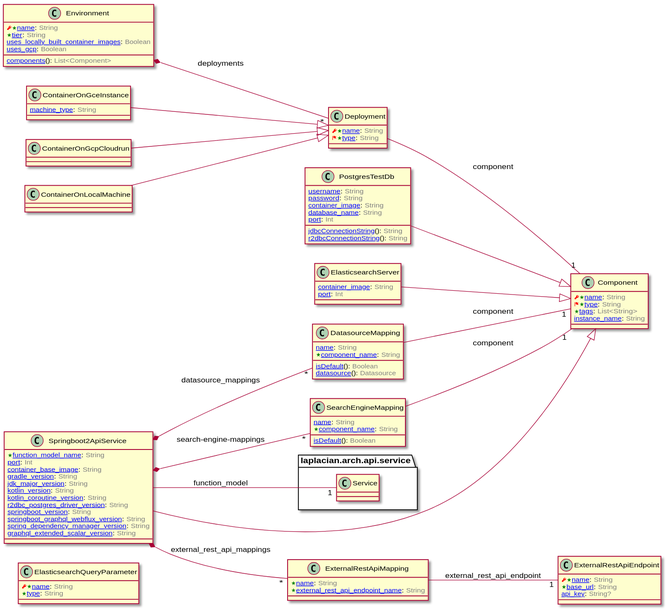
laplacian-arch/deployment.domain-model keeps this PlantUML diagram as doc/image/model-diagram.svg. Above is the earlier version.
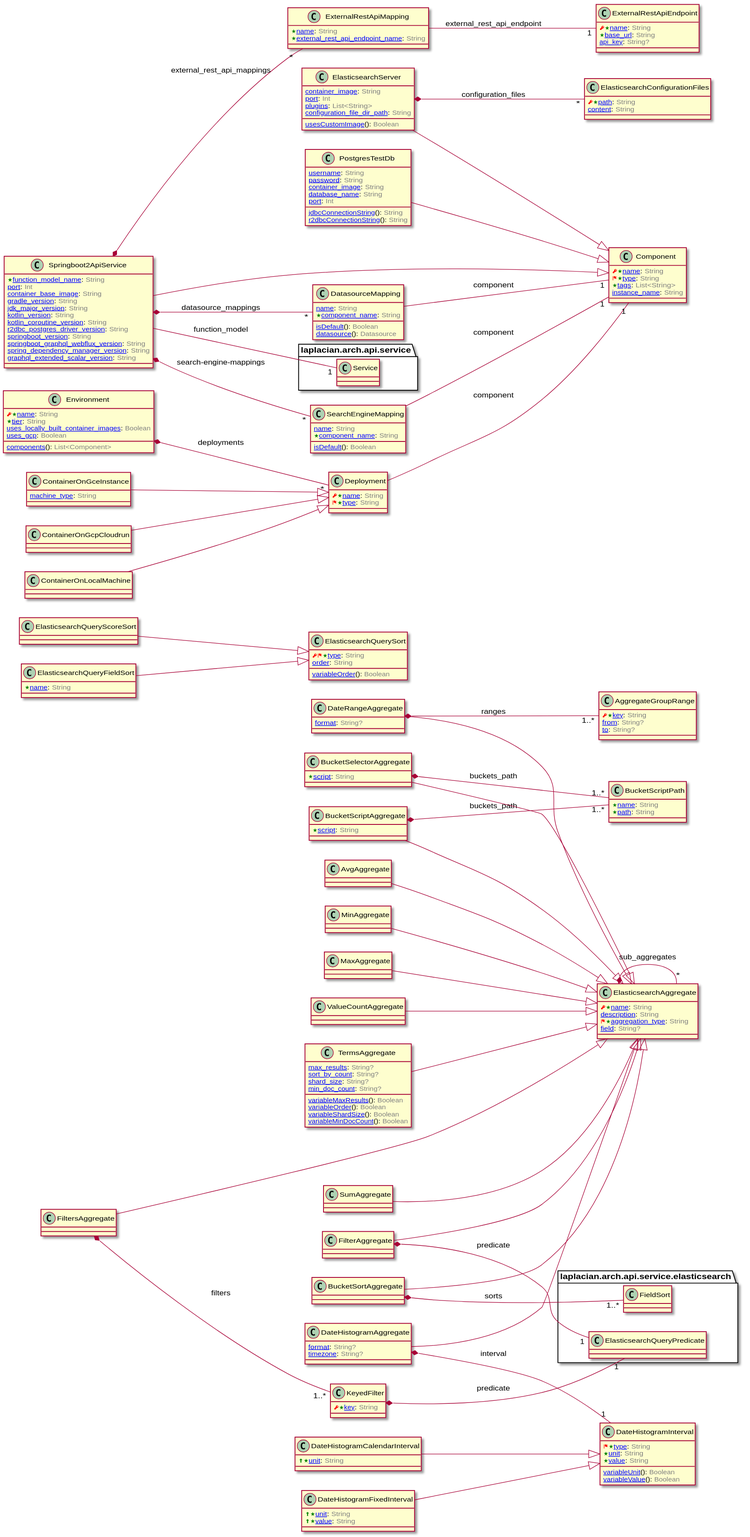
After the commit.

What changed in the source:
```diff
@@ -2,10 +2,304 @@
 left to right direction
 
 
-class ElasticsearchQueryParameter [[/blob/master/doc/entities/ElasticsearchQueryParameter.md]] {
-  <color:RED><&key></color><color:Green><&star></color>[[/blob/master/doc/entities/ElasticsearchQueryParameter.md#name-string name]]: <color:GRAY>String</color>
-  <color:Green><&star></color>[[/blob/master/doc/entities/ElasticsearchQueryParameter.md#type-string type]]: <color:GRAY>String</color>
+class BucketScriptAggregate [[/blob/master/doc/entities/BucketScriptAggregate.md]] {
+  <color:Green><&star></color>[[/blob/master/doc/entities/BucketScriptAggregate.md#script-string script]]: <color:GRAY>String</color>
 }
+
+BucketScriptAggregate --|> ElasticsearchAggregate
+
+
+
+
+
+
+
+BucketScriptAggregate *-- "1..*" BucketScriptPath : buckets_path
+
+
+
+
+class BucketScriptPath [[/blob/master/doc/entities/BucketScriptPath.md]] {
+  <color:Green><&star></color>[[/blob/master/doc/entities/BucketScriptPath.md#name-string name]]: <color:GRAY>String</color>
+  <color:Green><&star></color>[[/blob/master/doc/entities/BucketScriptPath.md#path-string path]]: <color:GRAY>String</color>
+}
+
+
+
+
+class BucketSelectorAggregate [[/blob/master/doc/entities/BucketSelectorAggregate.md]] {
+  <color:Green><&star></color>[[/blob/master/doc/entities/BucketSelectorAggregate.md#script-string script]]: <color:GRAY>String</color>
+}
+
+BucketSelectorAggregate --|> ElasticsearchAggregate
+
+
+
+
+
+
+
+BucketSelectorAggregate *-- "1..*" BucketScriptPath : buckets_path
+
+
+
+
+class BucketSortAggregate [[/blob/master/doc/entities/BucketSortAggregate.md]] {
+}
+
+BucketSortAggregate --|> ElasticsearchAggregate
+
+
+
+
+
+
+package laplacian.arch.api.service.elasticsearch {
+  class FieldSort {
+  }
+}
+
+
+BucketSortAggregate *-- "1..*" FieldSort : sorts
+
+
+
+
+class DateHistogramAggregate [[/blob/master/doc/entities/DateHistogramAggregate.md]] {
+  [[/blob/master/doc/entities/DateHistogramAggregate.md#format-string format]]: <color:GRAY>String?</color>
+  [[/blob/master/doc/entities/DateHistogramAggregate.md#timezone-string timezone]]: <color:GRAY>String?</color>
+}
+
+DateHistogramAggregate --|> ElasticsearchAggregate
+
+
+
+
+
+
+
+DateHistogramAggregate *-- "1" DateHistogramInterval : interval
+
+
+
+
+class DateHistogramInterval [[/blob/master/doc/entities/DateHistogramInterval.md]] {
+  <color:RED><&flag></color><color:Green><&star></color>[[/blob/master/doc/entities/DateHistogramInterval.md#type-string type]]: <color:GRAY>String</color>
+  <color:Green><&star></color>[[/blob/master/doc/entities/DateHistogramInterval.md#unit-string unit]]: <color:GRAY>String</color>
+  <color:Green><&star></color>[[/blob/master/doc/entities/DateHistogramInterval.md#value-string value]]: <color:GRAY>String</color>
+  [[/blob/master/doc/entities/DateHistogramInterval.md#variable_unit-boolean variableUnit]](): <color:GRAY>Boolean</color>
+  [[/blob/master/doc/entities/DateHistogramInterval.md#variable_value-boolean variableValue]](): <color:GRAY>Boolean</color>
+}
+
+
+
+
+class DateHistogramCalendarInterval [[/blob/master/doc/entities/DateHistogramCalendarInterval.md]] {
+  <color:GREEN><&arrow-thick-top></color><color:Green><&star></color>[[/blob/master/doc/entities/DateHistogramCalendarInterval.md#unit-string unit]]: <color:GRAY>String</color>
+}
+
+DateHistogramCalendarInterval --|> DateHistogramInterval
+
+
+
+
+
+class DateHistogramFixedInterval [[/blob/master/doc/entities/DateHistogramFixedInterval.md]] {
+  <color:GREEN><&arrow-thick-top></color><color:Green><&star></color>[[/blob/master/doc/entities/DateHistogramFixedInterval.md#unit-string unit]]: <color:GRAY>String</color>
+  <color:GREEN><&arrow-thick-top></color><color:Green><&star></color>[[/blob/master/doc/entities/DateHistogramFixedInterval.md#value-string value]]: <color:GRAY>String</color>
+}
+
+DateHistogramFixedInterval --|> DateHistogramInterval
+
+
+
+
+
+class DateRangeAggregate [[/blob/master/doc/entities/DateRangeAggregate.md]] {
+  [[/blob/master/doc/entities/DateRangeAggregate.md#format-string format]]: <color:GRAY>String?</color>
+}
+
+DateRangeAggregate --|> ElasticsearchAggregate
+
+
+
+
+
+
+
+DateRangeAggregate *-- "1..*" AggregateGroupRange : ranges
+
+
+
+
+class AggregateGroupRange [[/blob/master/doc/entities/AggregateGroupRange.md]] {
+  <color:RED><&key></color><color:Green><&star></color>[[/blob/master/doc/entities/AggregateGroupRange.md#key-string key]]: <color:GRAY>String</color>
+  [[/blob/master/doc/entities/AggregateGroupRange.md#from-string from]]: <color:GRAY>String?</color>
+  [[/blob/master/doc/entities/AggregateGroupRange.md#to-string to]]: <color:GRAY>String?</color>
+}
+
+
+
+
+class FilterAggregate [[/blob/master/doc/entities/FilterAggregate.md]] {
+}
+
+FilterAggregate --|> ElasticsearchAggregate
+
+
+
+
+
+
+package laplacian.arch.api.service.elasticsearch {
+  class ElasticsearchQueryPredicate {
+  }
+}
+
+
+FilterAggregate *-- "1" ElasticsearchQueryPredicate : predicate
+
+
+
+
+class FiltersAggregate [[/blob/master/doc/entities/FiltersAggregate.md]] {
+}
+
+FiltersAggregate --|> ElasticsearchAggregate
+
+
+
+
+
+
+
+FiltersAggregate *-- "1..*" KeyedFilter : filters
+
+
+
+
+class KeyedFilter [[/blob/master/doc/entities/KeyedFilter.md]] {
+  <color:RED><&key></color><color:Green><&star></color>[[/blob/master/doc/entities/KeyedFilter.md#key-string key]]: <color:GRAY>String</color>
+}
+
+
+
+
+
+package laplacian.arch.api.service.elasticsearch {
+  class ElasticsearchQueryPredicate {
+  }
+}
+
+
+KeyedFilter *-- "1" ElasticsearchQueryPredicate : predicate
+
+
+
+
+class SumAggregate [[/blob/master/doc/entities/SumAggregate.md]] {
+}
+
+SumAggregate --|> ElasticsearchAggregate
+
+
+
+
+
+class AvgAggregate [[/blob/master/doc/entities/AvgAggregate.md]] {
+}
+
+AvgAggregate --|> ElasticsearchAggregate
+
+
+
+
+
+class MinAggregate [[/blob/master/doc/entities/MinAggregate.md]] {
+}
+
+MinAggregate --|> ElasticsearchAggregate
+
+
+
+
+
+class MaxAggregate [[/blob/master/doc/entities/MaxAggregate.md]] {
+}
+
+MaxAggregate --|> ElasticsearchAggregate
+
+
+
+
+
+class ValueCountAggregate [[/blob/master/doc/entities/ValueCountAggregate.md]] {
+}
+
+ValueCountAggregate --|> ElasticsearchAggregate
+
+
+
+
+
+class TermsAggregate [[/blob/master/doc/entities/TermsAggregate.md]] {
+  [[/blob/master/doc/entities/TermsAggregate.md#max_results-string max_results]]: <color:GRAY>String?</color>
+  [[/blob/master/doc/entities/TermsAggregate.md#variable_max_results-boolean variableMaxResults]](): <color:GRAY>Boolean</color>
+  [[/blob/master/doc/entities/TermsAggregate.md#sortByCount-string sort_by_count]]: <color:GRAY>String?</color>
+  [[/blob/master/doc/entities/TermsAggregate.md#variable_order-boolean variableOrder]](): <color:GRAY>Boolean</color>
+  [[/blob/master/doc/entities/TermsAggregate.md#shard_size-string shard_size]]: <color:GRAY>String?</color>
+  [[/blob/master/doc/entities/TermsAggregate.md#variable_shard_size-boolean variableShardSize]](): <color:GRAY>Boolean</color>
+  [[/blob/master/doc/entities/TermsAggregate.md#min_doc_count-string min_doc_count]]: <color:GRAY>String?</color>
+  [[/blob/master/doc/entities/TermsAggregate.md#variable_min_doc_count-boolean variableMinDocCount]](): <color:GRAY>Boolean</color>
+}
+
+TermsAggregate --|> ElasticsearchAggregate
+
+
+
+
+
+class ElasticsearchAggregate [[/blob/master/doc/entities/ElasticsearchAggregate.md]] {
+  <color:RED><&key></color><color:Green><&star></color>[[/blob/master/doc/entities/ElasticsearchAggregate.md#name-string name]]: <color:GRAY>String</color>
+  [[/blob/master/doc/entities/ElasticsearchAggregate.md#description-string description]]: <color:GRAY>String</color>
+  <color:RED><&flag></color><color:Green><&star></color>[[/blob/master/doc/entities/ElasticsearchAggregate.md#aggregation_type-string aggregation_type]]: <color:GRAY>String</color>
+  [[/blob/master/doc/entities/ElasticsearchAggregate.md#field-string field]]: <color:GRAY>String?</color>
+}
+
+
+
+
+
+
+ElasticsearchAggregate *-- "*" ElasticsearchAggregate : sub_aggregates
+
+
+
+
+class ElasticsearchQuerySort [[/blob/master/doc/entities/ElasticsearchQuerySort.md]] {
+  <color:RED><&key></color><color:RED><&flag></color><color:Green><&star></color>[[/blob/master/doc/entities/ElasticsearchQuerySort.md#type-string type]]: <color:GRAY>String</color>
+  [[/blob/master/doc/entities/ElasticsearchQuerySort.md#order-string order]]: <color:GRAY>String</color>
+  [[/blob/master/doc/entities/ElasticsearchQuerySort.md#variable_order-boolean variableOrder]](): <color:GRAY>Boolean</color>
+}
+
+
+
+
+class ElasticsearchQueryScoreSort [[/blob/master/doc/entities/ElasticsearchQueryScoreSort.md]] {
+}
+
+ElasticsearchQueryScoreSort --|> ElasticsearchQuerySort
+
+
+
+
+
+class ElasticsearchQueryFieldSort [[/blob/master/doc/entities/ElasticsearchQueryFieldSort.md]] {
+  <color:Green><&star></color>[[/blob/master/doc/entities/ElasticsearchQueryFieldSort.md#name-string name]]: <color:GRAY>String</color>
+}
+
+ElasticsearchQueryFieldSort --|> ElasticsearchQuerySort
+
 
 
 
@@ -39,10 +333,28 @@
 class ElasticsearchServer [[/blob/master/doc/entities/ElasticsearchServer.md]] {
   [[/blob/master/doc/entities/ElasticsearchServer.md#container_image-string container_image]]: <color:GRAY>String</color>
   [[/blob/master/doc/entities/ElasticsearchServer.md#port-int port]]: <color:GRAY>Int</color>
+  [[/blob/master/doc/entities/ElasticsearchServer.md#plugins-listString plugins]]: <color:GRAY>List<String></color>
+  [[/blob/master/doc/entities/ElasticsearchServer.md#configuration_file_dir_path-string configuration_file_dir_path]]: <color:GRAY>String</color>
+  [[/blob/master/doc/entities/ElasticsearchServer.md#uses_custom_image-boolean usesCustomImage]](): <color:GRAY>Boolean</color>
 }
 
 ElasticsearchServer --|> Component
 
+
+
+
+
+
+
+ElasticsearchServer *-- "*" ElasticsearchConfigurationFiles : configuration_files
+
+
+
+
+class ElasticsearchConfigurationFiles [[/blob/master/doc/entities/ElasticsearchConfigurationFiles.md]] {
+  <color:RED><&key></color><color:Green><&star></color>[[/blob/master/doc/entities/ElasticsearchConfigurationFiles.md#path-string path]]: <color:GRAY>String</color>
+  [[/blob/master/doc/entities/ElasticsearchConfigurationFiles.md#content-string content]]: <color:GRAY>String</color>
+}
 
 
 
```
